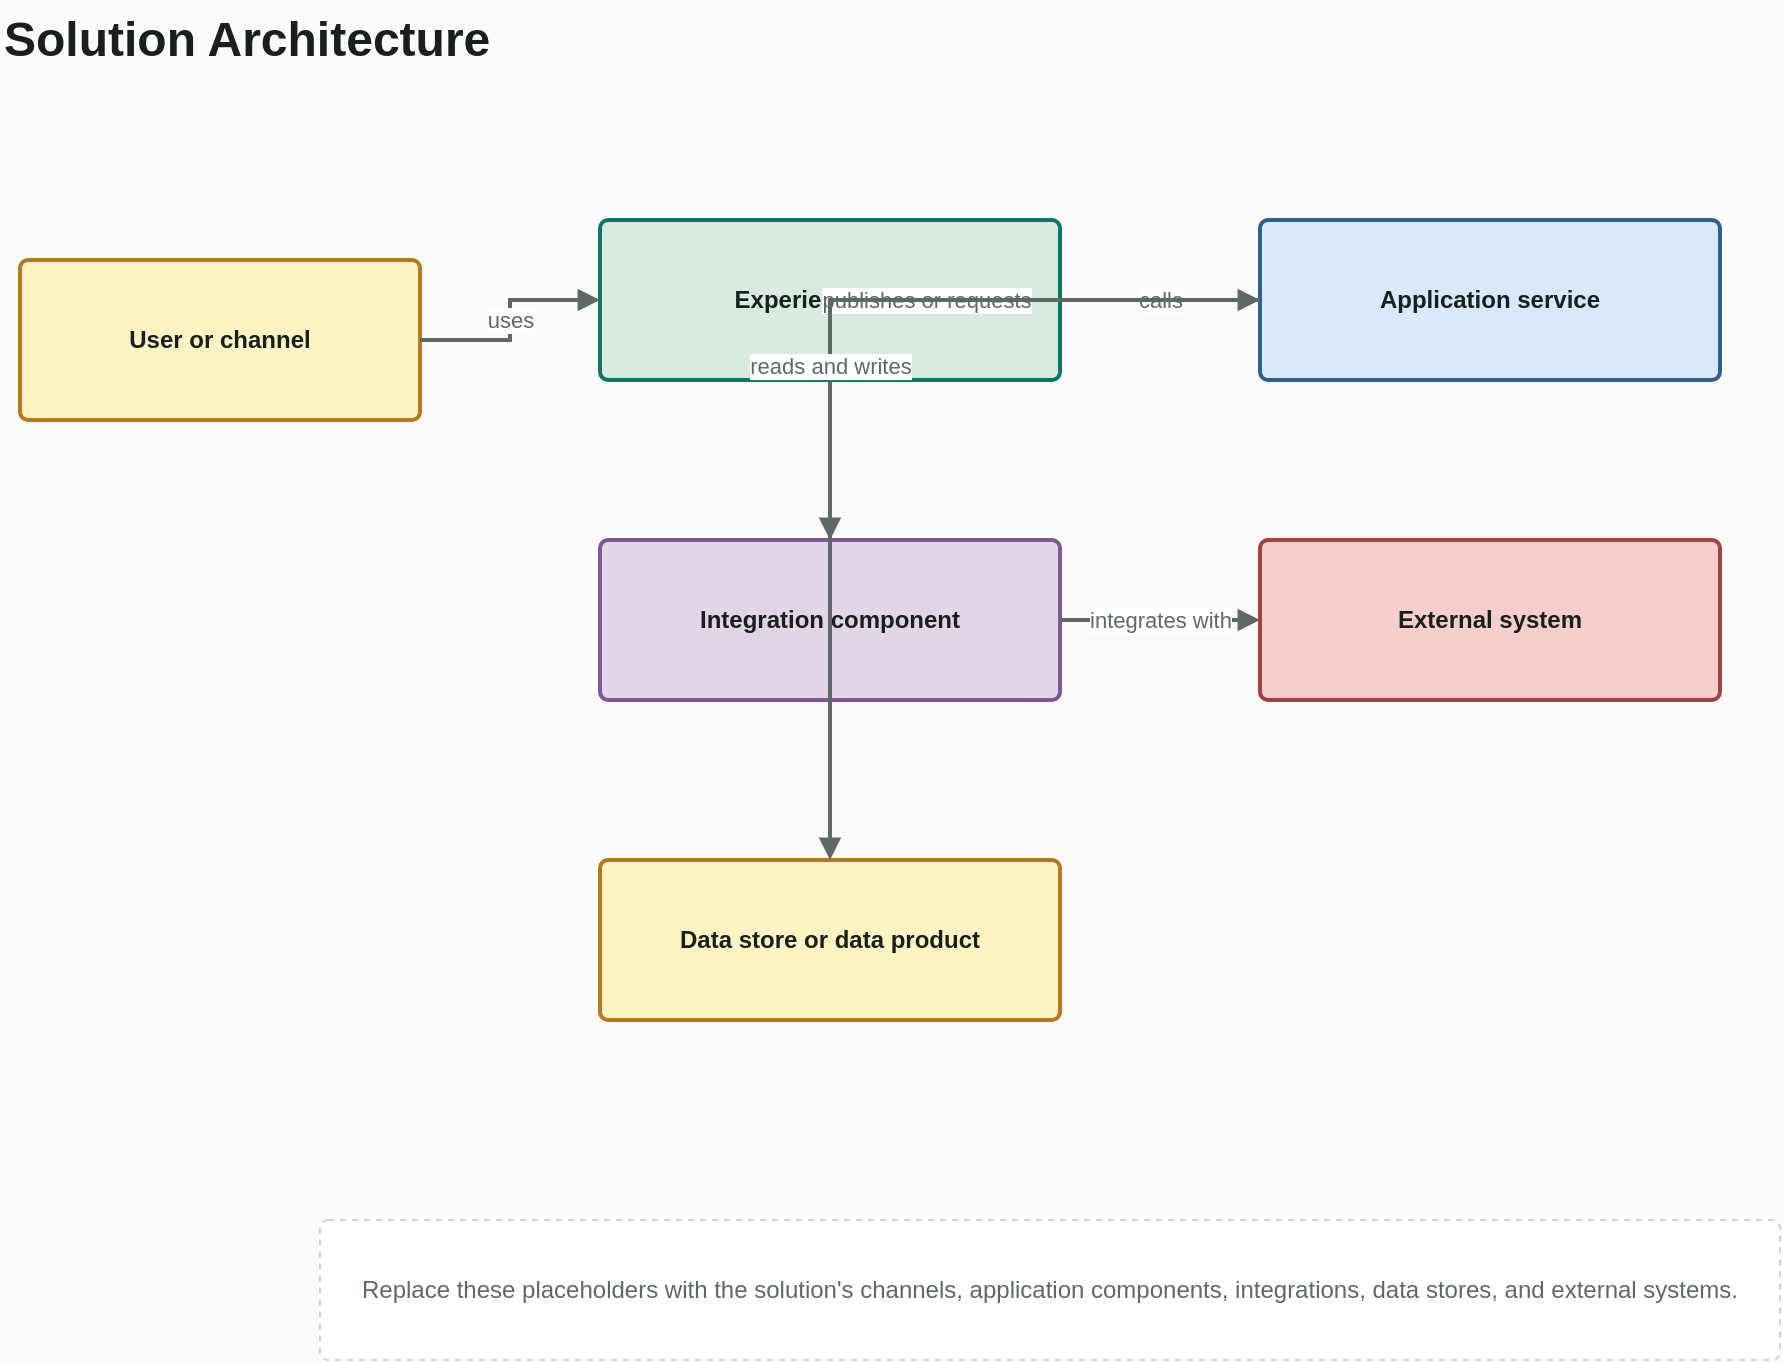
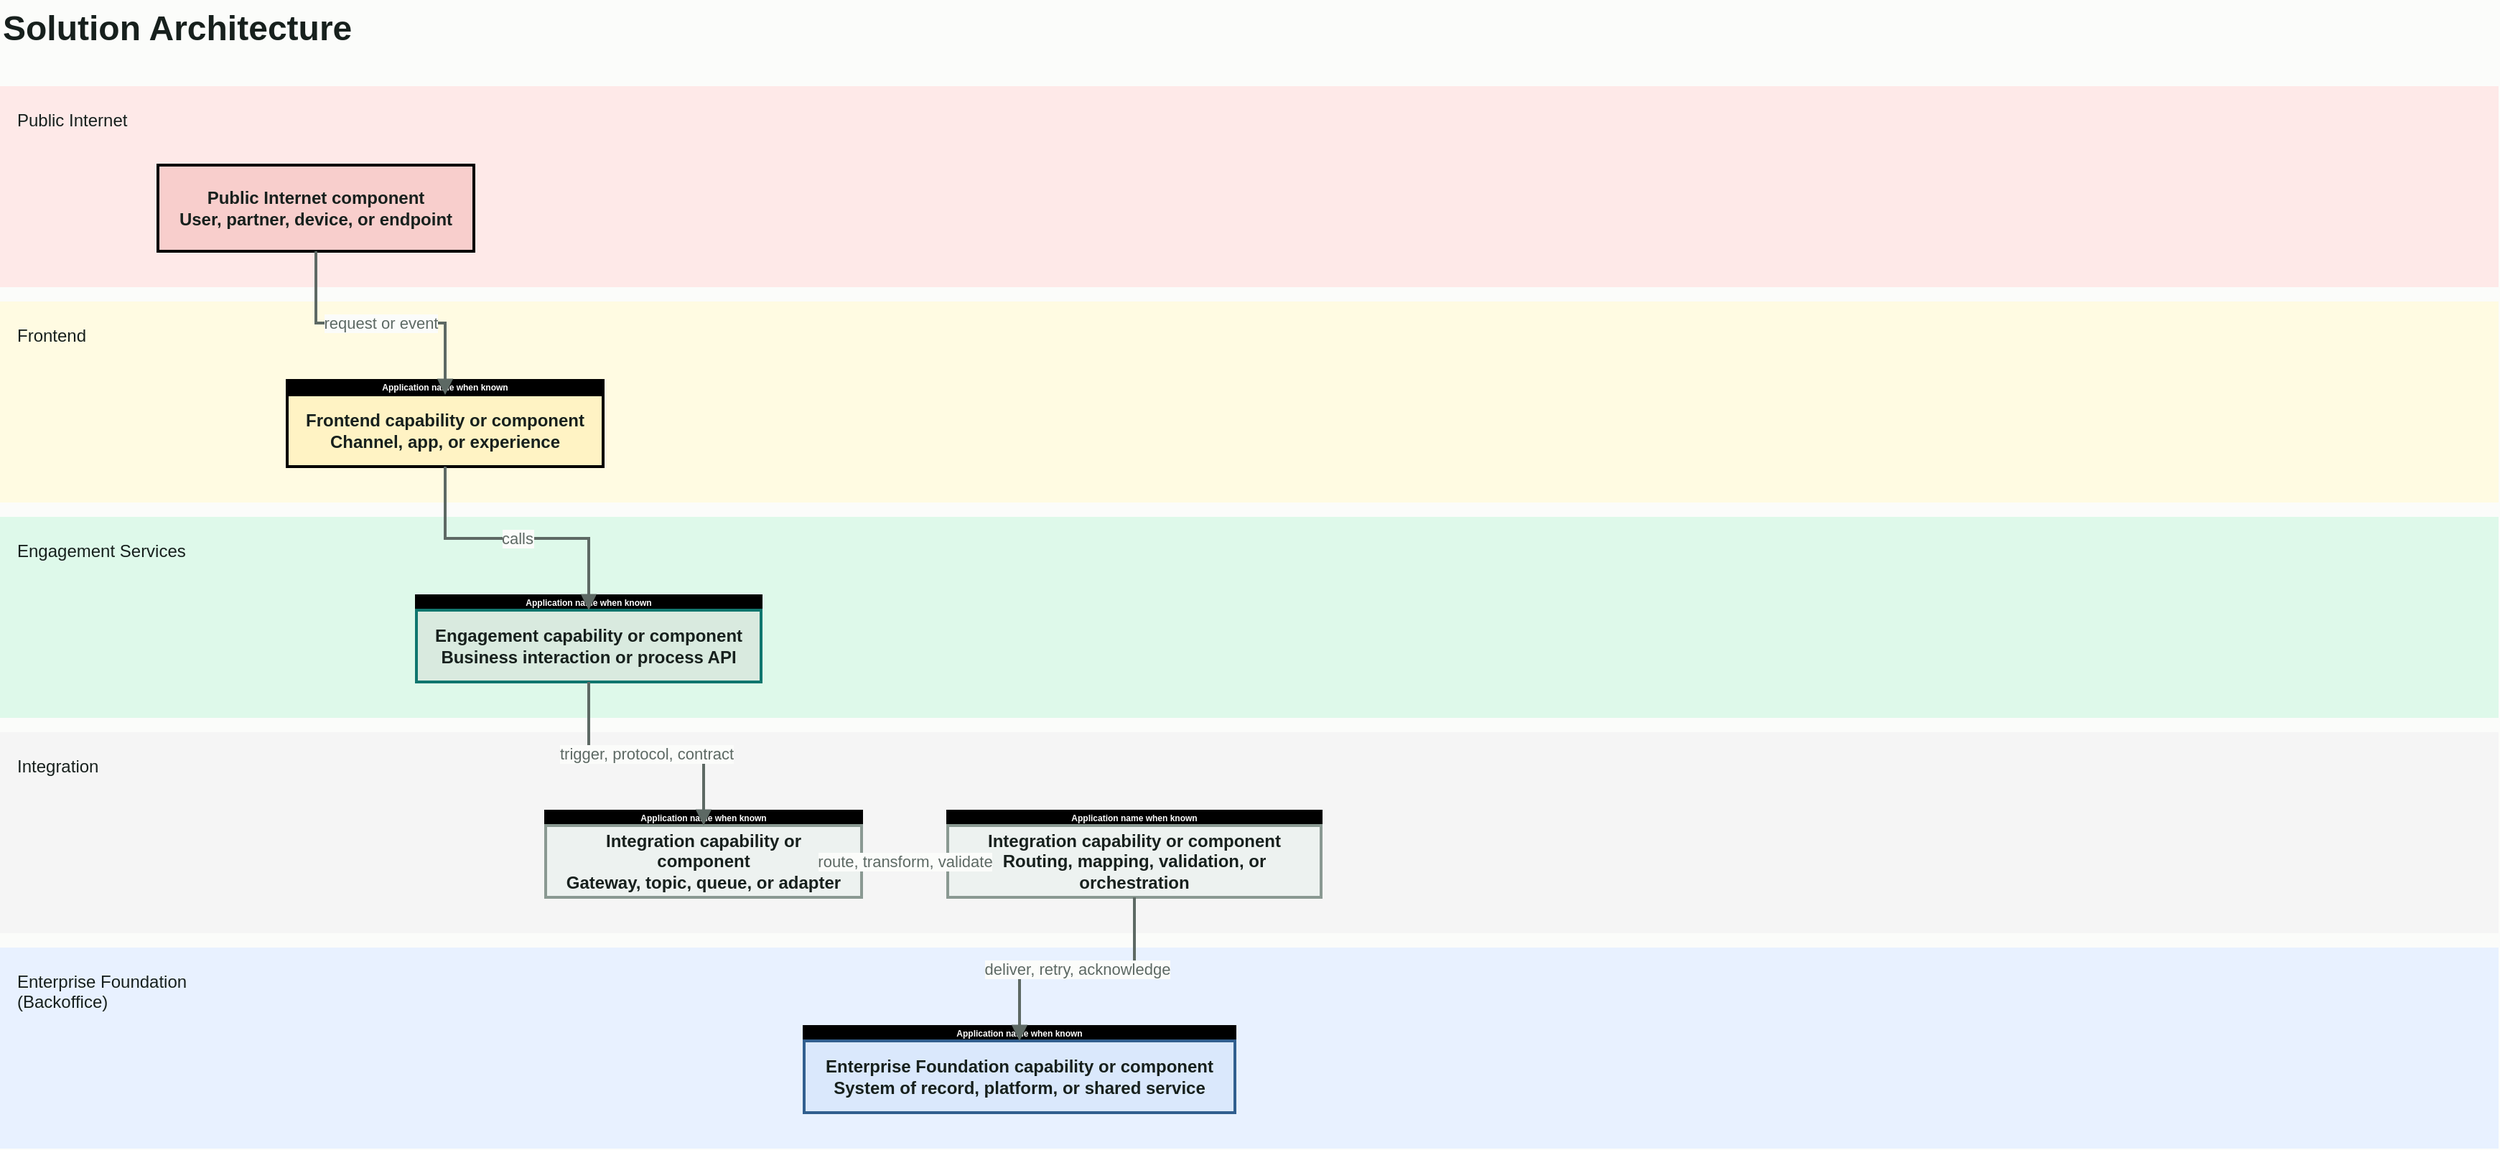
- <mxfile host="app.diagrams.net" modified="2026-05-27T00:00:00.000Z" agent="AI Architecture Toolkit" version="24.7.17">
+ <mxfile host="Electron" agent="AI Architecture Toolkit">
  <diagram id="solution-architecture-diagram" name="Solution Architecture">
-     <mxGraphModel dx="1200" dy="800" grid="1" gridSize="10" guides="1" tooltips="1" connect="1" arrows="1" fold="1" page="1" pageScale="1" pageWidth="1169" pageHeight="827" background="#fbfcfa" math="0" shadow="0">
+     <mxGraphModel dx="1829" dy="1362" grid="1" gridSize="10" guides="1" tooltips="1" connect="1" arrows="1" fold="1" page="1" pageScale="1" pageWidth="1169" pageHeight="827" background="#fbfcfa" math="0" shadow="0">
      <root>
        <mxCell id="0" />
        <mxCell id="1" parent="0" />
-         <mxCell id="title" value="Solution Architecture" style="text;html=1;strokeColor=none;fillColor=none;align=left;verticalAlign=middle;fontStyle=1;fontSize=24;fontColor=#17201d;" vertex="1" parent="1">
-           <mxGeometry x="60" y="40" width="460" height="40" as="geometry" />
+         <mxCell id="title" parent="1" style="text;html=1;strokeColor=none;fillColor=none;align=left;verticalAlign=middle;fontStyle=1;fontSize=24;fontColor=#17201d;" value="Solution Architecture" vertex="1">
+           <mxGeometry height="40" width="460" x="60" y="40" as="geometry" />
        </mxCell>
-         <mxCell id="user-channel" value="User or channel" style="rounded=1;whiteSpace=wrap;html=1;arcSize=8;absoluteArcSize=1;spacing=12;fillColor=#fff3c4;strokeColor=#b7791f;fontColor=#17201d;fontStyle=1;strokeWidth=2;" vertex="1" parent="1">
-           <mxGeometry x="70" y="170" width="200" height="80" as="geometry" />
+         <mxCell id="stGdpeZwPmTltRMmdIcY-2" parent="1" style="rounded=0;whiteSpace=wrap;html=1;align=left;verticalAlign=top;spacing=12;fontStyle=0;fillColor=#fee9e8;strokeColor=none;fontColor=#17201d;strokeWidth=2;" value="Public Internet" vertex="1">
+           <mxGeometry height="140" width="1740" x="60" y="100" as="geometry" />
        </mxCell>
-         <mxCell id="experience-layer" value="Experience layer" style="rounded=1;whiteSpace=wrap;html=1;arcSize=8;absoluteArcSize=1;spacing=12;fillColor=#d9eadf;strokeColor=#0f766e;fontColor=#17201d;fontStyle=1;strokeWidth=2;" vertex="1" parent="1">
-           <mxGeometry x="360" y="150" width="230" height="80" as="geometry" />
+         <mxCell id="stGdpeZwPmTltRMmdIcY-3" parent="1" style="rounded=0;whiteSpace=wrap;html=1;align=left;verticalAlign=top;spacing=12;fontStyle=0;fillColor=#fffbe2;strokeColor=none;fontColor=#17201d;strokeWidth=2;" value="Frontend" vertex="1">
+           <mxGeometry height="140" width="1740" x="60" y="250" as="geometry" />
        </mxCell>
-         <mxCell id="application-service" value="Application service" style="rounded=1;whiteSpace=wrap;html=1;arcSize=8;absoluteArcSize=1;spacing=12;fillColor=#dae8fc;strokeColor=#315f8f;fontColor=#17201d;fontStyle=1;strokeWidth=2;" vertex="1" parent="1">
-           <mxGeometry x="690" y="150" width="230" height="80" as="geometry" />
+         <mxCell id="stGdpeZwPmTltRMmdIcY-4" parent="1" style="rounded=0;whiteSpace=wrap;html=1;align=left;verticalAlign=top;spacing=12;fontStyle=0;fillColor=#def9ea;strokeColor=none;fontColor=#17201d;strokeWidth=2;" value="Engagement Services" vertex="1">
+           <mxGeometry height="140" width="1740" x="60" y="400" as="geometry" />
        </mxCell>
-         <mxCell id="external-system" value="External system" style="rounded=1;whiteSpace=wrap;html=1;arcSize=8;absoluteArcSize=1;spacing=12;fillColor=#f8cecc;strokeColor=#a3433f;fontColor=#17201d;fontStyle=1;strokeWidth=2;" vertex="1" parent="1">
-           <mxGeometry x="690" y="310" width="230" height="80" as="geometry" />
+         <mxCell id="stGdpeZwPmTltRMmdIcY-5" parent="1" style="rounded=0;whiteSpace=wrap;html=1;align=left;verticalAlign=top;spacing=12;fontStyle=0;fillColor=#f5f5f5;strokeColor=none;fontColor=#17201d;strokeWidth=2;" value="Integration" vertex="1">
+           <mxGeometry height="140" width="1740" x="60" y="550" as="geometry" />
        </mxCell>
-         <mxCell id="integration-component" value="Integration component" style="rounded=1;whiteSpace=wrap;html=1;arcSize=8;absoluteArcSize=1;spacing=12;fillColor=#e1d5e7;strokeColor=#7e5799;fontColor=#17201d;fontStyle=1;strokeWidth=2;" vertex="1" parent="1">
-           <mxGeometry x="360" y="310" width="230" height="80" as="geometry" />
+         <mxCell id="stGdpeZwPmTltRMmdIcY-6" parent="1" style="rounded=0;whiteSpace=wrap;html=1;align=left;verticalAlign=top;spacing=12;fontStyle=0;fillColor=#e8f1ff;strokeColor=none;fontColor=#17201d;strokeWidth=2;" value="Enterprise Foundation &lt;br&gt;(Backoffice)" vertex="1">
+           <mxGeometry height="140" width="1740" x="60" y="700" as="geometry" />
        </mxCell>
-         <mxCell id="data-store" value="Data store or data product" style="rounded=1;whiteSpace=wrap;html=1;arcSize=8;absoluteArcSize=1;spacing=12;fillColor=#fff3c4;strokeColor=#b7791f;fontColor=#17201d;fontStyle=1;strokeWidth=2;" vertex="1" parent="1">
-           <mxGeometry x="360" y="470" width="230" height="80" as="geometry" />
+         <mxCell id="stGdpeZwPmTltRMmdIcY-7" parent="1" style="rounded=0;whiteSpace=wrap;html=1;spacing=12;fillColor=#f8cecc;strokeColor=#000000;fontColor=#17201d;fontStyle=1;strokeWidth=2;" value="Public Internet component&#xa;User, partner, device, or endpoint" vertex="1">
+           <mxGeometry height="60" width="220" x="170" y="155" as="geometry" />
        </mxCell>
-         <mxCell id="edge-user-experience" value="uses" style="edgeStyle=orthogonalEdgeStyle;rounded=0;orthogonalLoop=1;jettySize=auto;html=1;endArrow=block;strokeColor=#5d6964;fontColor=#5d6964;strokeWidth=2;" edge="1" parent="1" source="user-channel" target="experience-layer">
+         <mxCell id="stGdpeZwPmTltRMmdIcY-8" parent="1" style="rounded=0;whiteSpace=wrap;html=1;spacing=0;fillColor=#000000;strokeColor=#000000;fontColor=#ffffff;fontStyle=1;fontSize=6;strokeWidth=2;" value="Application name when known" vertex="1">
+           <mxGeometry height="10" width="220" x="260" y="305" as="geometry" />
+         </mxCell>
+         <mxCell id="stGdpeZwPmTltRMmdIcY-9" parent="1" style="rounded=0;whiteSpace=wrap;html=1;spacing=12;fillColor=#fff3c4;strokeColor=#000000;fontColor=#17201d;fontStyle=1;strokeWidth=2;" value="Frontend capability or component&#xa;Channel, app, or experience" vertex="1">
+           <mxGeometry height="50" width="220" x="260" y="315" as="geometry" />
+         </mxCell>
+         <mxCell id="stGdpeZwPmTltRMmdIcY-10" parent="1" style="rounded=0;whiteSpace=wrap;html=1;spacing=0;fillColor=#000000;strokeColor=#000000;fontColor=#ffffff;fontStyle=1;fontSize=6;strokeWidth=2;" value="Application name when known" vertex="1">
+           <mxGeometry height="10" width="240" x="350" y="455" as="geometry" />
+         </mxCell>
+         <mxCell id="stGdpeZwPmTltRMmdIcY-11" parent="1" style="rounded=0;whiteSpace=wrap;html=1;spacing=12;fillColor=#d9eadf;strokeColor=#0f766e;fontColor=#17201d;fontStyle=1;strokeWidth=2;" value="Engagement capability or component&#xa;Business interaction or process API" vertex="1">
+           <mxGeometry height="50" width="240" x="350" y="465" as="geometry" />
+         </mxCell>
+         <mxCell id="stGdpeZwPmTltRMmdIcY-12" parent="1" style="rounded=0;whiteSpace=wrap;html=1;spacing=0;fillColor=#000000;strokeColor=#000000;fontColor=#ffffff;fontStyle=1;fontSize=6;strokeWidth=2;" value="Application name when known" vertex="1">
+           <mxGeometry height="10" width="220" x="440" y="605" as="geometry" />
+         </mxCell>
+         <mxCell id="stGdpeZwPmTltRMmdIcY-13" parent="1" style="rounded=0;whiteSpace=wrap;html=1;spacing=12;fillColor=#edf2f0;strokeColor=#8a9992;fontColor=#17201d;fontStyle=1;strokeWidth=2;" value="Integration capability or component&#xa;Gateway, topic, queue, or adapter" vertex="1">
+           <mxGeometry height="50" width="220" x="440" y="615" as="geometry" />
+         </mxCell>
+         <mxCell id="stGdpeZwPmTltRMmdIcY-14" parent="1" style="rounded=0;whiteSpace=wrap;html=1;spacing=0;fillColor=#000000;strokeColor=#000000;fontColor=#ffffff;fontStyle=1;fontSize=6;strokeWidth=2;" value="Application name when known" vertex="1">
+           <mxGeometry height="10" width="260" x="720" y="605" as="geometry" />
+         </mxCell>
+         <mxCell id="stGdpeZwPmTltRMmdIcY-15" parent="1" style="rounded=0;whiteSpace=wrap;html=1;spacing=12;fillColor=#edf2f0;strokeColor=#8a9992;fontColor=#17201d;fontStyle=1;strokeWidth=2;" value="Integration capability or component&#xa;Routing, mapping, validation, or orchestration" vertex="1">
+           <mxGeometry height="50" width="260" x="720" y="615" as="geometry" />
+         </mxCell>
+         <mxCell id="stGdpeZwPmTltRMmdIcY-16" parent="1" style="rounded=0;whiteSpace=wrap;html=1;spacing=0;fillColor=#000000;strokeColor=#000000;fontColor=#ffffff;fontStyle=1;fontSize=6;strokeWidth=2;" value="Application name when known" vertex="1">
+           <mxGeometry height="10" width="300" x="620" y="755" as="geometry" />
+         </mxCell>
+         <mxCell id="stGdpeZwPmTltRMmdIcY-17" parent="1" style="rounded=0;whiteSpace=wrap;html=1;spacing=12;fillColor=#dae8fc;strokeColor=#315f8f;fontColor=#17201d;fontStyle=1;strokeWidth=2;" value="Enterprise Foundation capability or component&#xa;System of record, platform, or shared service" vertex="1">
+           <mxGeometry height="50" width="300" x="620" y="765" as="geometry" />
+         </mxCell>
+         <mxCell id="stGdpeZwPmTltRMmdIcY-18" edge="1" parent="1" source="stGdpeZwPmTltRMmdIcY-7" style="edgeStyle=orthogonalEdgeStyle;rounded=0;orthogonalLoop=1;jettySize=auto;html=1;endArrow=block;strokeColor=#5d6964;fontColor=#5d6964;labelBackgroundColor=#fbfcfa;labelBorderColor=none;strokeWidth=2;" target="stGdpeZwPmTltRMmdIcY-9" value="request or event">
          <mxGeometry relative="1" as="geometry" />
        </mxCell>
-         <mxCell id="edge-experience-service" value="calls" style="edgeStyle=orthogonalEdgeStyle;rounded=0;orthogonalLoop=1;jettySize=auto;html=1;endArrow=block;strokeColor=#5d6964;fontColor=#5d6964;strokeWidth=2;" edge="1" parent="1" source="experience-layer" target="application-service">
+         <mxCell id="stGdpeZwPmTltRMmdIcY-19" edge="1" parent="1" source="stGdpeZwPmTltRMmdIcY-9" style="edgeStyle=orthogonalEdgeStyle;rounded=0;orthogonalLoop=1;jettySize=auto;html=1;endArrow=block;strokeColor=#5d6964;fontColor=#5d6964;labelBackgroundColor=#fbfcfa;labelBorderColor=none;strokeWidth=2;" target="stGdpeZwPmTltRMmdIcY-11" value="calls">
          <mxGeometry relative="1" as="geometry" />
        </mxCell>
-         <mxCell id="edge-service-integration" value="publishes or requests" style="edgeStyle=orthogonalEdgeStyle;rounded=0;orthogonalLoop=1;jettySize=auto;html=1;endArrow=block;strokeColor=#5d6964;fontColor=#5d6964;strokeWidth=2;" edge="1" parent="1" source="application-service" target="integration-component">
+         <mxCell id="stGdpeZwPmTltRMmdIcY-20" edge="1" parent="1" source="stGdpeZwPmTltRMmdIcY-11" style="edgeStyle=orthogonalEdgeStyle;rounded=0;orthogonalLoop=1;jettySize=auto;html=1;endArrow=block;strokeColor=#5d6964;fontColor=#5d6964;labelBackgroundColor=#fbfcfa;labelBorderColor=none;strokeWidth=2;" target="stGdpeZwPmTltRMmdIcY-13" value="trigger, protocol, contract">
          <mxGeometry relative="1" as="geometry" />
        </mxCell>
-         <mxCell id="edge-integration-external" value="integrates with" style="edgeStyle=orthogonalEdgeStyle;rounded=0;orthogonalLoop=1;jettySize=auto;html=1;endArrow=block;strokeColor=#5d6964;fontColor=#5d6964;strokeWidth=2;" edge="1" parent="1" source="integration-component" target="external-system">
+         <mxCell id="stGdpeZwPmTltRMmdIcY-21" edge="1" parent="1" source="stGdpeZwPmTltRMmdIcY-13" style="edgeStyle=orthogonalEdgeStyle;rounded=0;orthogonalLoop=1;jettySize=auto;html=1;endArrow=block;strokeColor=#5d6964;fontColor=#5d6964;labelBackgroundColor=#fbfcfa;labelBorderColor=none;strokeWidth=2;" target="stGdpeZwPmTltRMmdIcY-15" value="route, transform, validate">
          <mxGeometry relative="1" as="geometry" />
        </mxCell>
-         <mxCell id="edge-service-data" value="reads and writes" style="edgeStyle=orthogonalEdgeStyle;rounded=0;orthogonalLoop=1;jettySize=auto;html=1;endArrow=block;strokeColor=#5d6964;fontColor=#5d6964;strokeWidth=2;" edge="1" parent="1" source="application-service" target="data-store">
+         <mxCell id="stGdpeZwPmTltRMmdIcY-22" edge="1" parent="1" source="stGdpeZwPmTltRMmdIcY-15" style="edgeStyle=orthogonalEdgeStyle;rounded=0;orthogonalLoop=1;jettySize=auto;html=1;endArrow=block;strokeColor=#5d6964;fontColor=#5d6964;labelBackgroundColor=#fbfcfa;labelBorderColor=none;strokeWidth=2;" target="stGdpeZwPmTltRMmdIcY-17" value="deliver, retry, acknowledge">
          <mxGeometry relative="1" as="geometry" />
-         </mxCell>
-         <mxCell id="note" value="Replace these placeholders with the solution's channels, application components, integrations, data stores, and external systems." style="rounded=1;whiteSpace=wrap;html=1;arcSize=8;absoluteArcSize=1;spacing=12;fillColor=#ffffff;strokeColor=#cbd5d1;fontColor=#5d6964;dashed=1;" vertex="1" parent="1">
-           <mxGeometry x="220" y="650" width="730" height="70" as="geometry" />
        </mxCell>
      </root>
    </mxGraphModel>
  </diagram>
</mxfile>
